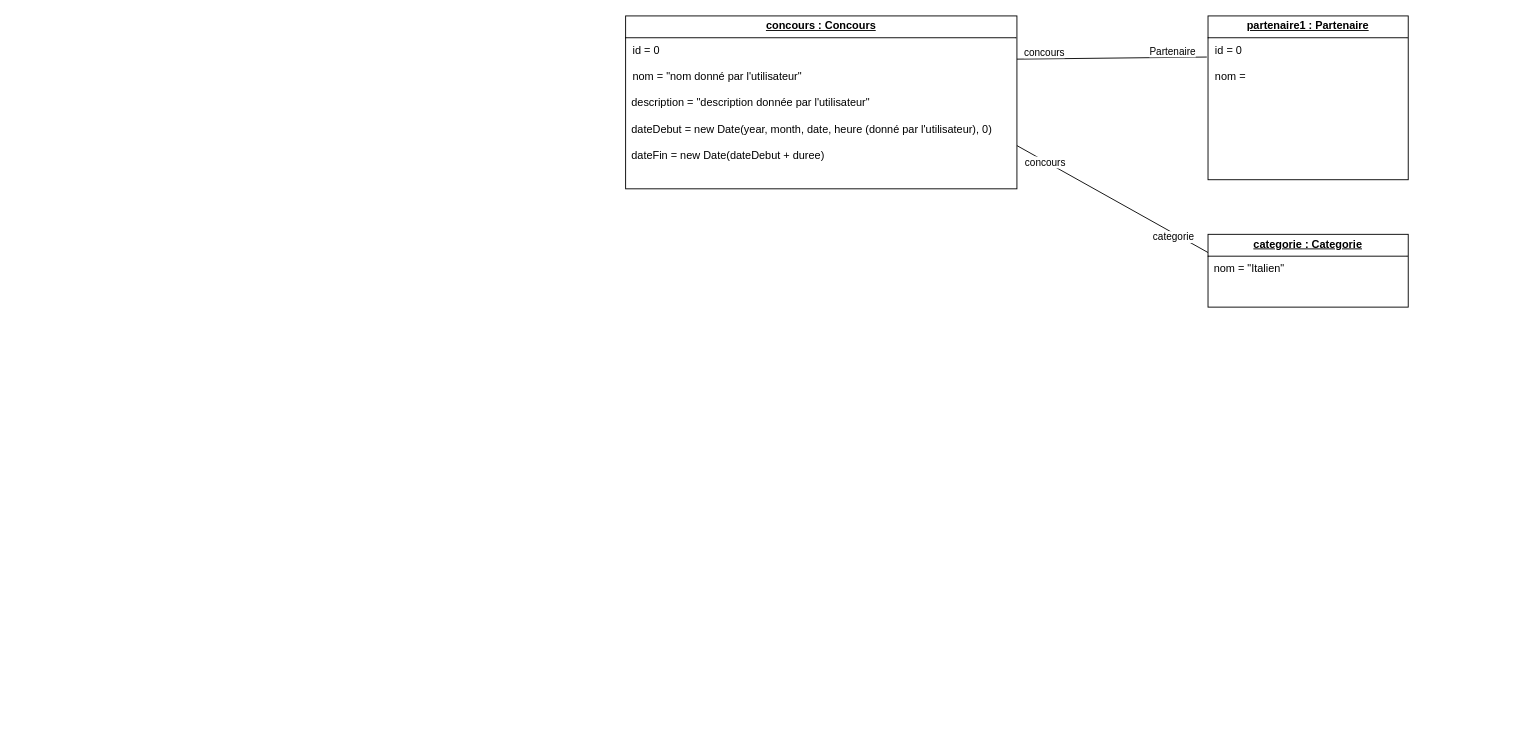
Above: Conception/Diagramme D'objet.drawio in CSliveR/Chief-s-Arena (draw.io), before the change. Source tidied: cells renumbered, new cells numbered last; positions are measured from the earlier drawing's top-left corner, leaving out a move shared by most shapes. Both pictures are drawn from the tidied source at 91%, with x=0, y=0 at pixel (625, 15).
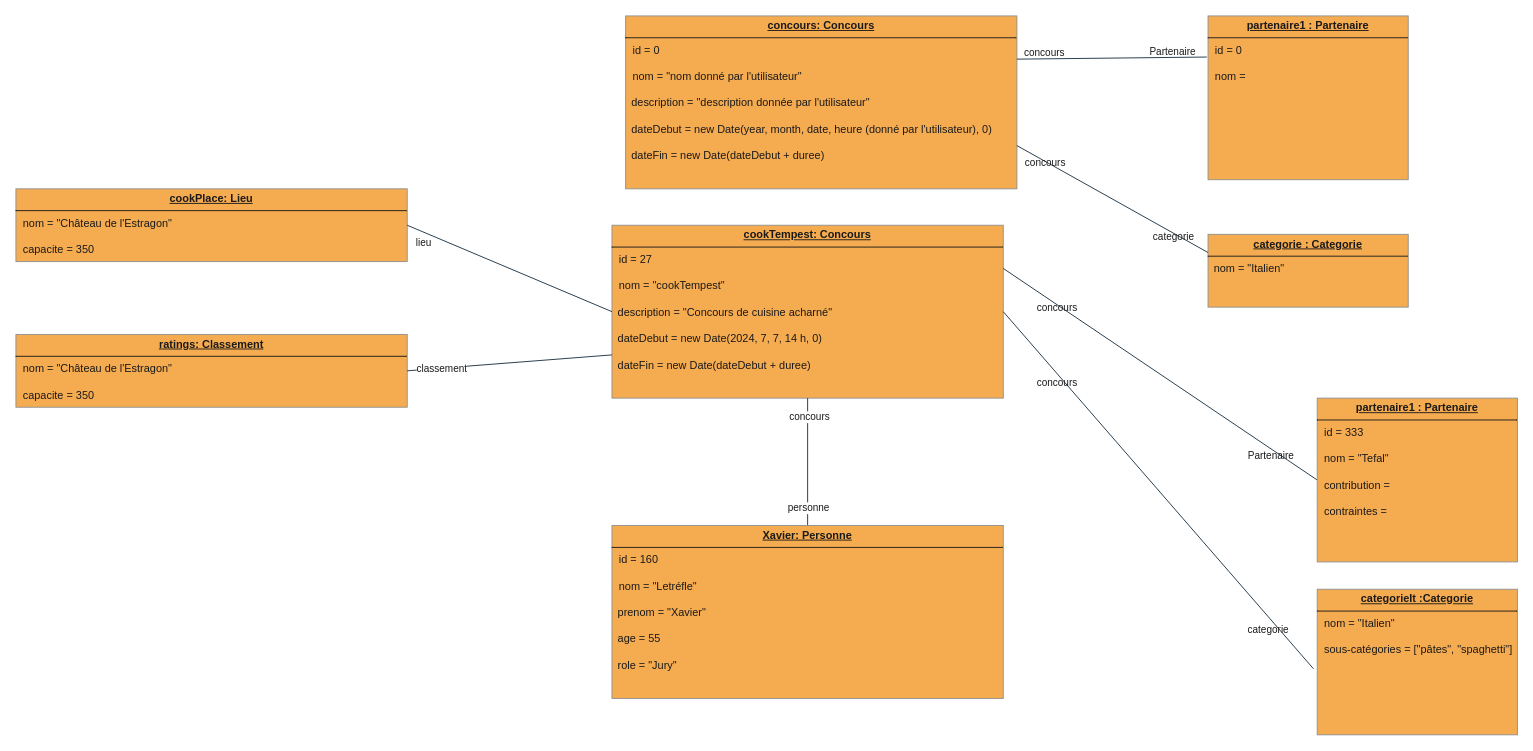
The same diagram, later.

Commit message:
Mettre à jour Diagramme D'objet.drawio

The edit, as a diff of the source:
```diff
@@
+    <mxCell id="11" value="&lt;p style=&quot;margin:0px;margin-top:4px;text-align:center;text-decoration:underline;&quot;&gt;&lt;b&gt;cookTempest: Concours&lt;br&gt;&lt;/b&gt;&lt;/p&gt;&lt;hr size=&quot;1&quot; style=&quot;border-style:solid;&quot;&gt;&lt;p style=&quot;margin:0px;margin-left:8px;&quot;&gt;id = 27&lt;/p&gt;&lt;p style=&quot;margin:0px;margin-left:8px;&quot;&gt;&lt;br&gt;&lt;/p&gt;&lt;p style=&quot;margin:0px;margin-left:8px;&quot;&gt;nom = &quot;cookTempest&quot;&lt;/p&gt;&lt;p style=&quot;margin:0px;margin-left:8px;&quot;&gt;&lt;br&gt;&lt;/p&gt;&lt;div&gt;&amp;nbsp; description = &quot;Concours de cuisine acharné&quot;&lt;/div&gt;&lt;div&gt;&lt;br&gt;&lt;/div&gt;&lt;div&gt;&amp;nbsp; dateDebut = new Date(2024, 7, 7, 14 h, 0)&lt;/div&gt;&lt;div&gt;&lt;br&gt;&lt;/div&gt;&lt;div&gt;&amp;nbsp; dateFin = new Date(dateDebut + duree)&lt;/div&gt;" style="verticalAlign=top;align=left;overflow=fill;html=1;whiteSpace=wrap;labelBackgroundColor=none;fillColor=#F5AB50;strokeColor=#909090;fontColor=#1A1A1A;" parent="1" vertex="1">
+      <mxGeometry x="-15" y="230" width="430" height="190" as="geometry" />
+    </mxCell>
-    <mxCell id="2" value="&lt;p style=&quot;margin:0px;margin-top:4px;text-align:center;text-decoration:underline;&quot;&gt;&lt;b&gt;concours : Concours&lt;br&gt;&lt;/b&gt;&lt;/p&gt;&lt;hr size=&quot;1&quot; style=&quot;border-style:solid;&quot;&gt;&lt;p style=&quot;margin:0px;margin-left:8px;&quot;&gt;id = 0&lt;/p&gt;&lt;p style=&quot;margin:0px;margin-left:8px;&quot;&gt;&lt;br&gt;&lt;/p&gt;&lt;p style=&quot;margin:0px;margin-left:8px;&quot;&gt;nom = &quot;nom donné par l'utilisateur&quot;&lt;/p&gt;&lt;p style=&quot;margin:0px;margin-left:8px;&quot;&gt;&lt;br&gt;&lt;/p&gt;&lt;div&gt;&amp;nbsp; description = &quot;description donnée par l'utilisateur&quot;&lt;/div&gt;&lt;div&gt;&lt;br&gt;&lt;/div&gt;&lt;div&gt;&amp;nbsp; dateDebut = new Date(year, month, date, heure (donné par l'utilisateur), 0)&lt;/div&gt;&lt;div&gt;&lt;br&gt;&lt;/div&gt;&lt;div&gt;&amp;nbsp; dateFin = new Date(dateDebut + duree)&lt;/div&gt;" style="verticalAlign=top;align=left;overflow=fill;html=1;whiteSpace=wrap;" parent="1" vertex="1">
+    <mxCell id="2" value="&lt;p style=&quot;margin:0px;margin-top:4px;text-align:center;text-decoration:underline;&quot;&gt;&lt;b&gt;concours: Concours&lt;br&gt;&lt;/b&gt;&lt;/p&gt;&lt;hr size=&quot;1&quot; style=&quot;border-style:solid;&quot;&gt;&lt;p style=&quot;margin:0px;margin-left:8px;&quot;&gt;id = 0&lt;/p&gt;&lt;p style=&quot;margin:0px;margin-left:8px;&quot;&gt;&lt;br&gt;&lt;/p&gt;&lt;p style=&quot;margin:0px;margin-left:8px;&quot;&gt;nom = &quot;nom donné par l'utilisateur&quot;&lt;/p&gt;&lt;p style=&quot;margin:0px;margin-left:8px;&quot;&gt;&lt;br&gt;&lt;/p&gt;&lt;div&gt;&amp;nbsp; description = &quot;description donnée par l'utilisateur&quot;&lt;/div&gt;&lt;div&gt;&lt;br&gt;&lt;/div&gt;&lt;div&gt;&amp;nbsp; dateDebut = new Date(year, month, date, heure (donné par l'utilisateur), 0)&lt;/div&gt;&lt;div&gt;&lt;br&gt;&lt;/div&gt;&lt;div&gt;&amp;nbsp; dateFin = new Date(dateDebut + duree)&lt;/div&gt;" style="verticalAlign=top;align=left;overflow=fill;html=1;whiteSpace=wrap;labelBackgroundColor=none;fillColor=#F5AB50;strokeColor=#909090;fontColor=#1A1A1A;" parent="1" vertex="1">
       <mxGeometry width="430" height="190" as="geometry" />
     </mxCell>
-    <mxCell id="3" style="endArrow=none;html=1;rounded=0;entryX=-0.006;entryY=0.251;entryDx=0;entryDy=0;exitX=1;exitY=0.25;exitDx=0;exitDy=0;entryPerimeter=0;" parent="1" edge="1" source="2" target="6">
+    <mxCell id="3" style="endArrow=none;html=1;rounded=0;entryX=-0.006;entryY=0.251;entryDx=0;entryDy=0;exitX=1;exitY=0.25;exitDx=0;exitDy=0;entryPerimeter=0;labelBackgroundColor=none;strokeColor=#182E3E;fontColor=default;" parent="1" edge="1" source="2" target="6">
       <mxGeometry relative="1" as="geometry" />
     </mxCell>
-    <mxCell id="4" value="&lt;div&gt;Partenaire&lt;/div&gt;" style="edgeLabel;html=1;align=center;verticalAlign=middle;" parent="3" vertex="1">
+    <mxCell id="4" value="&lt;div&gt;Partenaire&lt;/div&gt;" style="edgeLabel;html=1;align=center;verticalAlign=middle;labelBackgroundColor=none;fontColor=#1A1A1A;" parent="3" vertex="1">
       <mxGeometry x="0.82" y="-1" relative="1" as="geometry">
         <mxPoint x="-19" y="-8" as="offset" />
       </mxGeometry>
     </mxCell>
-    <mxCell id="5" value="&lt;div&gt;concours&lt;/div&gt;" style="edgeLabel;html=1;align=center;verticalAlign=middle;" parent="3" vertex="1">
+    <mxCell id="5" value="&lt;div&gt;concours&lt;/div&gt;" style="edgeLabel;html=1;align=center;verticalAlign=middle;labelBackgroundColor=none;fontColor=#1A1A1A;" parent="3" vertex="1">
       <mxGeometry x="-0.57" relative="1" as="geometry">
         <mxPoint x="-15" y="-7" as="offset" />
       </mxGeometry>
     </mxCell>
-    <mxCell id="6" value="&lt;p style=&quot;margin:0px;margin-top:4px;text-align:center;text-decoration:underline;&quot;&gt;&lt;b&gt;partenaire1 : Partenaire &lt;/b&gt;&lt;/p&gt;&lt;hr size=&quot;1&quot; style=&quot;border-style:solid;&quot;&gt;&lt;p style=&quot;margin:0px;margin-left:8px;&quot;&gt;id = 0&lt;/p&gt;&lt;p style=&quot;margin:0px;margin-left:8px;&quot;&gt;&lt;br&gt;&lt;/p&gt;&lt;p style=&quot;margin:0px;margin-left:8px;&quot;&gt;nom = &lt;br&gt;&lt;/p&gt;" style="verticalAlign=top;align=left;overflow=fill;html=1;whiteSpace=wrap;" parent="1" vertex="1">
+    <mxCell id="6" value="&lt;p style=&quot;margin:0px;margin-top:4px;text-align:center;text-decoration:underline;&quot;&gt;&lt;b&gt;partenaire1 : Partenaire &lt;/b&gt;&lt;/p&gt;&lt;hr size=&quot;1&quot; style=&quot;border-style:solid;&quot;&gt;&lt;p style=&quot;margin:0px;margin-left:8px;&quot;&gt;id = 0&lt;/p&gt;&lt;p style=&quot;margin:0px;margin-left:8px;&quot;&gt;&lt;br&gt;&lt;/p&gt;&lt;p style=&quot;margin:0px;margin-left:8px;&quot;&gt;nom = &lt;br&gt;&lt;/p&gt;" style="verticalAlign=top;align=left;overflow=fill;html=1;whiteSpace=wrap;labelBackgroundColor=none;fillColor=#F5AB50;strokeColor=#909090;fontColor=#1A1A1A;" parent="1" vertex="1">
       <mxGeometry x="640" width="220" height="180" as="geometry" />
     </mxCell>
-    <mxCell id="7" value="&lt;p style=&quot;margin:0px;margin-top:4px;text-align:center;text-decoration:underline;&quot;&gt;&lt;b&gt;categorie : Categorie &lt;/b&gt;&lt;/p&gt;&lt;hr size=&quot;1&quot; style=&quot;border-style:solid;&quot;&gt;&amp;nbsp; nom = &quot;Italien&quot;" style="verticalAlign=top;align=left;overflow=fill;html=1;whiteSpace=wrap;" parent="1" vertex="1">
+    <mxCell id="7" value="&lt;p style=&quot;margin:0px;margin-top:4px;text-align:center;text-decoration:underline;&quot;&gt;&lt;b&gt;categorie : Categorie &lt;/b&gt;&lt;/p&gt;&lt;hr size=&quot;1&quot; style=&quot;border-style:solid;&quot;&gt;&amp;nbsp; nom = &quot;Italien&quot;" style="verticalAlign=top;align=left;overflow=fill;html=1;whiteSpace=wrap;labelBackgroundColor=none;fillColor=#F5AB50;strokeColor=#909090;fontColor=#1A1A1A;" parent="1" vertex="1">
       <mxGeometry x="640" y="240" width="220" height="80" as="geometry" />
     </mxCell>
-    <mxCell id="8" style="endArrow=none;html=1;rounded=0;entryX=0;entryY=0.25;entryDx=0;entryDy=0;exitX=1;exitY=0.75;exitDx=0;exitDy=0;" parent="1" edge="1" source="2" target="7">
+    <mxCell id="8" style="endArrow=none;html=1;rounded=0;entryX=0;entryY=0.25;entryDx=0;entryDy=0;exitX=1;exitY=0.75;exitDx=0;exitDy=0;labelBackgroundColor=none;strokeColor=#182E3E;fontColor=default;" parent="1" edge="1" source="2" target="7">
       <mxGeometry relative="1" as="geometry" />
     </mxCell>
-    <mxCell id="9" value="categorie" style="edgeLabel;html=1;align=center;verticalAlign=middle;" parent="8" vertex="1">
+    <mxCell id="9" value="categorie" style="edgeLabel;html=1;align=center;verticalAlign=middle;labelBackgroundColor=none;fontColor=#1A1A1A;" parent="8" vertex="1">
       <mxGeometry x="0.82" y="-1" relative="1" as="geometry">
         <mxPoint x="-19" y="-8" as="offset" />
       </mxGeometry>
     </mxCell>
-    <mxCell id="10" value="&lt;div&gt;concours&lt;/div&gt;" style="edgeLabel;html=1;align=center;verticalAlign=middle;" parent="8" vertex="1">
+    <mxCell id="10" value="&lt;div&gt;concours&lt;/div&gt;" style="edgeLabel;html=1;align=center;verticalAlign=middle;labelBackgroundColor=none;fontColor=#1A1A1A;" parent="8" vertex="1">
       <mxGeometry x="-0.57" relative="1" as="geometry">
         <mxPoint x="-15" y="-7" as="offset" />
       </mxGeometry>
     </mxCell>
+    <mxCell id="12" style="endArrow=none;html=1;rounded=0;exitX=1;exitY=0.5;exitDx=0;exitDy=0;entryX=-0.019;entryY=0.546;entryDx=0;entryDy=0;entryPerimeter=0;labelBackgroundColor=none;strokeColor=#182E3E;fontColor=default;" parent="1" edge="1" source="11" target="15">
+      <mxGeometry relative="1" as="geometry" />
+    </mxCell>
+    <mxCell id="13" value="categorie" style="edgeLabel;html=1;align=center;verticalAlign=middle;labelBackgroundColor=none;fontColor=#1A1A1A;" parent="12" vertex="1">
+      <mxGeometry x="0.82" y="-1" relative="1" as="geometry">
+        <mxPoint x="-19" y="-8" as="offset" />
+      </mxGeometry>
+    </mxCell>
+    <mxCell id="14" value="&lt;div&gt;concours&lt;/div&gt;" style="edgeLabel;html=1;align=center;verticalAlign=middle;labelBackgroundColor=none;fontColor=#1A1A1A;" parent="12" vertex="1">
+      <mxGeometry x="-0.57" relative="1" as="geometry">
+        <mxPoint x="-15" y="-7" as="offset" />
+      </mxGeometry>
+    </mxCell>
+    <mxCell id="15" value="&lt;p style=&quot;margin:0px;margin-top:4px;text-align:center;text-decoration:underline;&quot;&gt;&lt;b&gt;categorieIt :Categorie&lt;/b&gt;&lt;/p&gt;&lt;hr size=&quot;1&quot; style=&quot;border-style:solid;&quot;&gt;&lt;p style=&quot;margin:0px;margin-left:8px;&quot;&gt;&lt;span style=&quot;background-color: initial;&quot;&gt;nom = &quot;Italien&quot;&lt;/span&gt;&lt;br&gt;&lt;/p&gt;&lt;p style=&quot;margin:0px;margin-left:8px;&quot;&gt;&lt;span style=&quot;background-color: initial;&quot;&gt;&lt;br&gt;&lt;/span&gt;&lt;/p&gt;&lt;p style=&quot;margin:0px;margin-left:8px;&quot;&gt;&lt;span style=&quot;background-color: initial;&quot;&gt;sous-catégories = [&quot;pâtes&quot;, &quot;spaghetti&quot;]&lt;/span&gt;&lt;/p&gt;" style="verticalAlign=top;align=left;overflow=fill;html=1;whiteSpace=wrap;labelBackgroundColor=none;fillColor=#F5AB50;strokeColor=#909090;fontColor=#1A1A1A;" parent="1" vertex="1">
+      <mxGeometry x="760" y="630" width="220" height="160" as="geometry" />
+    </mxCell>
+    <mxCell id="16" style="endArrow=none;html=1;rounded=0;exitX=1;exitY=0.25;exitDx=0;exitDy=0;entryX=0;entryY=0.5;entryDx=0;entryDy=0;labelBackgroundColor=none;strokeColor=#182E3E;fontColor=default;" parent="1" edge="1" source="11" target="19">
+      <mxGeometry relative="1" as="geometry" />
+    </mxCell>
+    <mxCell id="17" value="&lt;div&gt;Partenaire&lt;/div&gt;" style="edgeLabel;html=1;align=center;verticalAlign=middle;labelBackgroundColor=none;fontColor=#1A1A1A;" parent="16" vertex="1">
+      <mxGeometry x="0.82" y="-1" relative="1" as="geometry">
+        <mxPoint x="-20" y="-8" as="offset" />
+      </mxGeometry>
+    </mxCell>
+    <mxCell id="18" value="&lt;div&gt;concours&lt;/div&gt;" style="edgeLabel;html=1;align=center;verticalAlign=middle;labelBackgroundColor=none;fontColor=#1A1A1A;" parent="16" vertex="1">
+      <mxGeometry x="-0.57" relative="1" as="geometry">
+        <mxPoint x="-15" y="-7" as="offset" />
+      </mxGeometry>
+    </mxCell>
+    <mxCell id="19" value="&lt;p style=&quot;margin:0px;margin-top:4px;text-align:center;text-decoration:underline;&quot;&gt;&lt;b&gt;partenaire1 : Partenaire &lt;/b&gt;&lt;/p&gt;&lt;hr size=&quot;1&quot; style=&quot;border-style:solid;&quot;&gt;&lt;p style=&quot;margin:0px;margin-left:8px;&quot;&gt;id = 333&lt;/p&gt;&lt;p style=&quot;margin:0px;margin-left:8px;&quot;&gt;&lt;br&gt;&lt;/p&gt;&lt;p style=&quot;margin:0px;margin-left:8px;&quot;&gt;nom = &quot;Tefal&quot;&lt;br&gt;&lt;/p&gt;&lt;p style=&quot;margin:0px;margin-left:8px;&quot;&gt;&lt;br&gt;&lt;/p&gt;&lt;p style=&quot;margin:0px;margin-left:8px;&quot;&gt;contribution =&amp;nbsp;&lt;/p&gt;&lt;p style=&quot;margin:0px;margin-left:8px;&quot;&gt;&lt;br&gt;&lt;/p&gt;&lt;p style=&quot;margin:0px;margin-left:8px;&quot;&gt;contraintes =&amp;nbsp;&lt;/p&gt;" style="verticalAlign=top;align=left;overflow=fill;html=1;whiteSpace=wrap;labelBackgroundColor=none;fillColor=#F5AB50;strokeColor=#909090;fontColor=#1A1A1A;" parent="1" vertex="1">
+      <mxGeometry x="760" y="420" width="220" height="180" as="geometry" />
+    </mxCell>
+    <mxCell id="20" style="endArrow=none;html=1;rounded=0;exitX=0.5;exitY=1;exitDx=0;exitDy=0;labelBackgroundColor=none;strokeColor=#182E3E;fontColor=default;entryX=0.5;entryY=0;entryDx=0;entryDy=0;" parent="1" edge="1" source="11" target="23">
+      <mxGeometry relative="1" as="geometry" />
+    </mxCell>
+    <mxCell id="21" value="concours" style="edgeLabel;html=1;align=center;verticalAlign=middle;strokeColor=#909090;fontColor=#1A1A1A;fillColor=#F5AB50;" parent="20" vertex="1">
+      <mxGeometry x="-0.72" y="1" relative="1" as="geometry" />
+    </mxCell>
+    <mxCell id="22" value="personne" style="edgeLabel;html=1;align=center;verticalAlign=middle;strokeColor=#909090;fontColor=#1A1A1A;fillColor=#F5AB50;" parent="20" vertex="1">
+      <mxGeometry x="0.57" relative="1" as="geometry">
+        <mxPoint y="10" as="offset" />
+      </mxGeometry>
+    </mxCell>
+    <mxCell id="23" value="&lt;p style=&quot;margin:0px;margin-top:4px;text-align:center;text-decoration:underline;&quot;&gt;&lt;b&gt;Xavier: Personne&lt;br&gt;&lt;/b&gt;&lt;/p&gt;&lt;hr size=&quot;1&quot; style=&quot;border-style:solid;&quot;&gt;&lt;p style=&quot;margin:0px;margin-left:8px;&quot;&gt;id = 160&lt;/p&gt;&lt;p style=&quot;margin:0px;margin-left:8px;&quot;&gt;&lt;br&gt;&lt;/p&gt;&lt;p style=&quot;margin:0px;margin-left:8px;&quot;&gt;nom = &quot;Letréfle&quot;&lt;/p&gt;&lt;p style=&quot;margin:0px;margin-left:8px;&quot;&gt;&lt;br&gt;&lt;/p&gt;&lt;div&gt;&amp;nbsp; prenom = &quot;Xavier&quot;&lt;/div&gt;&lt;div&gt;&lt;br&gt;&lt;/div&gt;&lt;div&gt;&amp;nbsp; age = 55&lt;/div&gt;&lt;div&gt;&lt;br&gt;&lt;/div&gt;&lt;div&gt;&amp;nbsp; role = &quot;Jury&quot;&lt;/div&gt;" style="verticalAlign=top;align=left;overflow=fill;html=1;whiteSpace=wrap;labelBackgroundColor=none;fillColor=#F5AB50;strokeColor=#909090;fontColor=#1A1A1A;" parent="1" vertex="1">
+      <mxGeometry x="-15" y="560" width="430" height="190" as="geometry" />
+    </mxCell>
+    <mxCell id="24" value="&lt;p style=&quot;margin:0px;margin-top:4px;text-align:center;text-decoration:underline;&quot;&gt;&lt;b&gt;cookPlace: Lieu&lt;br&gt;&lt;/b&gt;&lt;/p&gt;&lt;hr size=&quot;1&quot; style=&quot;border-style:solid;&quot;&gt;&lt;p style=&quot;margin:0px;margin-left:8px;&quot;&gt;nom = &quot;Château de l'Estragon&quot;&amp;nbsp;&lt;/p&gt;&lt;p style=&quot;margin:0px;margin-left:8px;&quot;&gt;&lt;br&gt;&lt;/p&gt;&lt;p style=&quot;margin:0px;margin-left:8px;&quot;&gt;capacite = 350&lt;/p&gt;" style="verticalAlign=top;align=left;overflow=fill;html=1;whiteSpace=wrap;labelBackgroundColor=none;fillColor=#F5AB50;strokeColor=#909090;fontColor=#1A1A1A;" parent="1" vertex="1">
+      <mxGeometry x="-670" y="190" width="430" height="80" as="geometry" />
+    </mxCell>
+    <mxCell id="25" value="&lt;p style=&quot;margin:0px;margin-top:4px;text-align:center;text-decoration:underline;&quot;&gt;&lt;b&gt;ratings: Classement&lt;br&gt;&lt;/b&gt;&lt;/p&gt;&lt;hr size=&quot;1&quot; style=&quot;border-style:solid;&quot;&gt;&lt;p style=&quot;margin:0px;margin-left:8px;&quot;&gt;nom = &quot;Château de l'Estragon&quot;&amp;nbsp;&lt;/p&gt;&lt;p style=&quot;margin:0px;margin-left:8px;&quot;&gt;&lt;br&gt;&lt;/p&gt;&lt;p style=&quot;margin:0px;margin-left:8px;&quot;&gt;capacite = 350&lt;/p&gt;" style="verticalAlign=top;align=left;overflow=fill;html=1;whiteSpace=wrap;labelBackgroundColor=none;fillColor=#F5AB50;strokeColor=#909090;fontColor=#1A1A1A;" parent="1" vertex="1">
+      <mxGeometry x="-670" y="350" width="430" height="80" as="geometry" />
+    </mxCell>
+    <mxCell id="26" style="endArrow=none;html=1;rounded=0;strokeColor=#182E3E;fontColor=#1A1A1A;entryX=0;entryY=0.5;entryDx=0;entryDy=0;exitX=1;exitY=0.5;exitDx=0;exitDy=0;" parent="1" edge="1" source="24" target="11">
+      <mxGeometry relative="1" as="geometry" />
+    </mxCell>
+    <mxCell id="27" value="lieu" style="edgeLabel;html=1;align=center;verticalAlign=middle;strokeColor=#909090;fontColor=#1A1A1A;fillColor=#F5AB50;" parent="26" vertex="1">
+      <mxGeometry x="-0.55" relative="1" as="geometry">
+        <mxPoint x="-33" y="-3" as="offset" />
+      </mxGeometry>
+    </mxCell>
+    <mxCell id="28" style="endArrow=none;html=1;rounded=0;strokeColor=#182E3E;fontColor=#1A1A1A;entryX=0;entryY=0.75;entryDx=0;entryDy=0;exitX=1;exitY=0.5;exitDx=0;exitDy=0;" parent="1" edge="1" source="25" target="11">
+      <mxGeometry relative="1" as="geometry" />
+    </mxCell>
+    <mxCell id="29" value="classement" style="edgeLabel;html=1;align=center;verticalAlign=middle;strokeColor=#909090;fontColor=#1A1A1A;fillColor=#F5AB50;" parent="28" vertex="1">
+      <mxGeometry x="-0.67" y="-2" relative="1" as="geometry">
+        <mxPoint y="-2" as="offset" />
+      </mxGeometry>
+    </mxCell>
```
